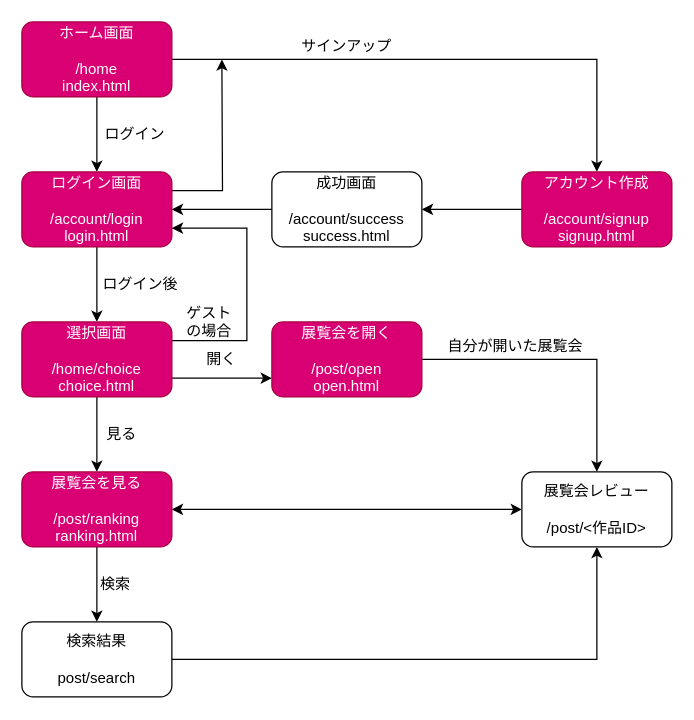
Earlier version of the draw.io diagram plan.drawio (012xx/online_museum). Source tidied: cells renumbered, new cells numbered last; positions are measured from the earlier drawing's top-left corner, leaving out a move shared by most shapes. Both pictures are drawn from the tidied source at 125%, with x=0, y=0 at pixel (21, 21).
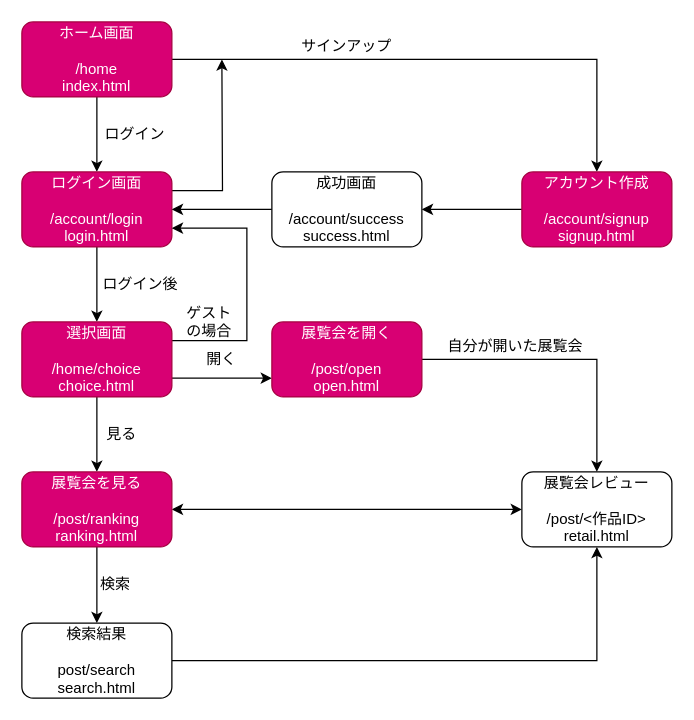
After the change.

Change to the diagram source:
```diff
@@
-    <mxCell id="24" value="展覧会レビュー&lt;br&gt;&lt;br&gt;/post/&amp;lt;作品ID&amp;gt;&lt;br&gt;" style="rounded=1;whiteSpace=wrap;html=1;" parent="1" vertex="1">
+    <mxCell id="24" value="展覧会レビュー&lt;br&gt;&lt;br&gt;/post/&amp;lt;作品ID&amp;gt;&lt;br&gt;retail.html" style="rounded=1;whiteSpace=wrap;html=1;" parent="1" vertex="1">
       <mxGeometry x="400" y="360" width="120" height="60" as="geometry" />
     </mxCell>
@@
-    <mxCell id="29" value="検索結果&lt;br&gt;&lt;br&gt;post/search&lt;br&gt;" style="rounded=1;whiteSpace=wrap;html=1;" parent="1" vertex="1">
-      <mxGeometry y="480" width="120" height="60" as="geometry" />
+    <mxCell id="29" value="検索結果&lt;br&gt;&lt;br&gt;post/search&lt;br&gt;search.html" style="rounded=1;whiteSpace=wrap;html=1;" parent="1" vertex="1">
+      <mxGeometry y="481" width="120" height="60" as="geometry" />
     </mxCell>
```
